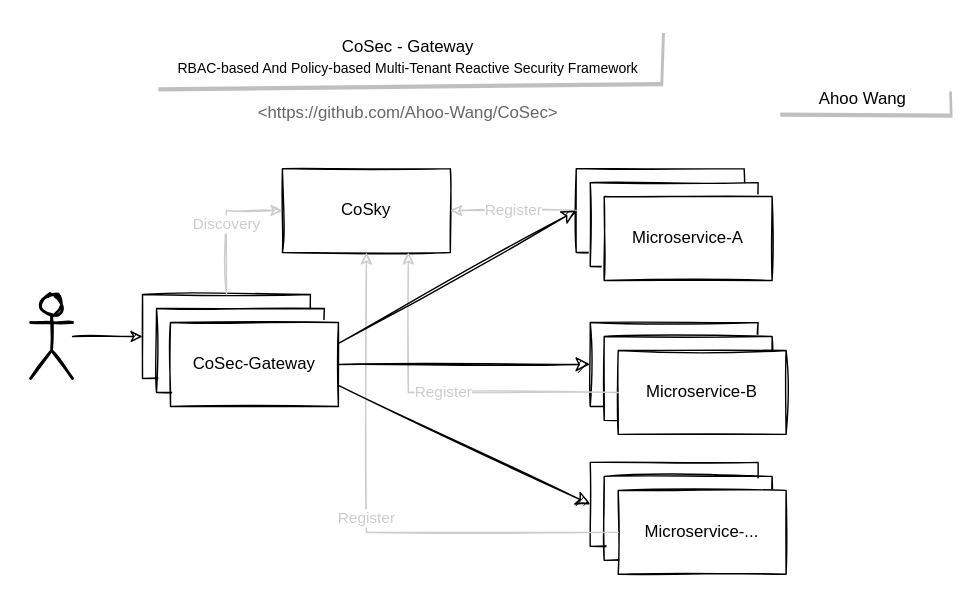
This is document/design/assets/Gateway.svg from Ahoo-Wang/CoSec, a draw.io export, as it was before one commit. Source tidied: cells renumbered, new cells last; positions are measured from the earlier drawing's top-left corner, leaving out a move shared by most shapes. Its diagram source:
```xml
<mxGraphModel>
  <root>
    <mxCell id="0" />
    <mxCell id="1" parent="0" />
    <mxCell id="2" value="CoSec -&amp;nbsp;Gateway&lt;br&gt;&lt;span style=&quot;font-size: 10px;&quot;&gt;RBAC-based And Policy-based Multi-Tenant Reactive Security Framework&lt;/span&gt;" style="rounded=0;whiteSpace=wrap;html=1;strokeColor=none;shadow=1;sketch=1;" parent="1" vertex="1">
      <mxGeometry x="90" width="360" height="40" as="geometry" />
    </mxCell>
    <mxCell id="3" value="Ahoo Wang" style="rounded=0;whiteSpace=wrap;html=1;strokeColor=none;shadow=1;sketch=1;" parent="1" vertex="1">
      <mxGeometry x="535" y="40" width="120" height="20" as="geometry" />
    </mxCell>
    <mxCell id="4" value="&amp;lt;https://github.com/Ahoo-Wang/CoSec&amp;gt;" style="text;html=1;strokeColor=none;fillColor=none;align=center;verticalAlign=middle;whiteSpace=wrap;rounded=0;sketch=1;fontSize=12;textOpacity=60;rotation=0;opacity=50;direction=west;labelBackgroundColor=none;shadow=0;" parent="1" vertex="1">
      <mxGeometry x="115" y="50" width="310" height="20" as="geometry" />
    </mxCell>
    <mxCell id="5" style="edgeStyle=orthogonalEdgeStyle;rounded=0;jettySize=auto;html=1;entryX=0;entryY=0.5;entryDx=0;entryDy=0;sketch=1;" parent="1" edge="1" source="6" target="8">
      <mxGeometry relative="1" as="geometry" />
    </mxCell>
    <mxCell id="6" style="shape=umlActor;verticalLabelPosition=bottom;verticalAlign=top;html=1;outlineConnect=0;fontSize=12;strokeWidth=2;sketch=1;" parent="1" vertex="1">
      <mxGeometry y="190" width="30" height="60" as="geometry" />
    </mxCell>
    <mxCell id="7" style="group;sketch=1;" parent="1" vertex="1">
      <mxGeometry x="80" y="190" width="140" height="80" as="geometry" />
    </mxCell>
    <mxCell id="8" style="rounded=0;whiteSpace=wrap;html=1;sketch=1;" parent="7" vertex="1">
      <mxGeometry width="120" height="60" as="geometry" />
    </mxCell>
    <mxCell id="9" style="rounded=0;whiteSpace=wrap;html=1;sketch=1;" parent="7" vertex="1">
      <mxGeometry x="10" y="10" width="120" height="60" as="geometry" />
    </mxCell>
    <mxCell id="10" value="CoSec-Gateway" style="rounded=0;whiteSpace=wrap;html=1;sketch=1;" parent="7" vertex="1">
      <mxGeometry x="20" y="20" width="120" height="60" as="geometry" />
    </mxCell>
    <mxCell id="11" value="CoSky" style="rounded=0;whiteSpace=wrap;html=1;sketch=1;" parent="1" vertex="1">
      <mxGeometry x="180" y="100" width="120" height="60" as="geometry" />
    </mxCell>
    <mxCell id="12" value="Discovery" style="edgeStyle=orthogonalEdgeStyle;rounded=0;jettySize=auto;html=1;entryX=0;entryY=0.5;entryDx=0;entryDy=0;exitX=0.5;exitY=0;exitDx=0;exitDy=0;strokeColor=#CCCCCC;fontColor=#CCCCCC;sketch=1;" parent="1" edge="1" source="8" target="11">
      <mxGeometry relative="1" as="geometry" />
    </mxCell>
    <mxCell id="13" style="group;sketch=1;" parent="1" vertex="1">
      <mxGeometry x="390" y="100" width="140" height="80" as="geometry" />
    </mxCell>
    <mxCell id="14" style="rounded=0;whiteSpace=wrap;html=1;sketch=1;" parent="13" vertex="1">
      <mxGeometry width="120" height="60" as="geometry" />
    </mxCell>
    <mxCell id="15" style="rounded=0;whiteSpace=wrap;html=1;sketch=1;" parent="13" vertex="1">
      <mxGeometry x="10" y="10" width="120" height="60" as="geometry" />
    </mxCell>
    <mxCell id="16" value="Microservice-A" style="rounded=0;whiteSpace=wrap;html=1;sketch=1;" parent="13" vertex="1">
      <mxGeometry x="20" y="20" width="120" height="60" as="geometry" />
    </mxCell>
    <mxCell id="17" value="Register" style="edgeStyle=orthogonalEdgeStyle;rounded=0;jettySize=auto;html=1;entryX=1;entryY=0.5;entryDx=0;entryDy=0;exitX=0;exitY=0.5;exitDx=0;exitDy=0;strokeColor=#CCCCCC;fontColor=#CCCCCC;sketch=1;" parent="1" edge="1" source="14" target="11">
      <mxGeometry relative="1" as="geometry" />
    </mxCell>
    <mxCell id="18" style="group;sketch=1;" parent="1" vertex="1">
      <mxGeometry x="400" y="210" width="140" height="80" as="geometry" />
    </mxCell>
    <mxCell id="19" style="rounded=0;whiteSpace=wrap;html=1;sketch=1;" parent="18" vertex="1">
      <mxGeometry width="120" height="60" as="geometry" />
    </mxCell>
    <mxCell id="20" style="rounded=0;whiteSpace=wrap;html=1;sketch=1;" parent="18" vertex="1">
      <mxGeometry x="10" y="10" width="120" height="60" as="geometry" />
    </mxCell>
    <mxCell id="21" value="Microservice-B" style="rounded=0;whiteSpace=wrap;html=1;sketch=1;" parent="18" vertex="1">
      <mxGeometry x="20" y="20" width="120" height="60" as="geometry" />
    </mxCell>
    <mxCell id="22" style="group;sketch=1;" parent="1" vertex="1">
      <mxGeometry x="400" y="310" width="140" height="80" as="geometry" />
    </mxCell>
    <mxCell id="23" style="rounded=0;whiteSpace=wrap;html=1;sketch=1;" parent="22" vertex="1">
      <mxGeometry width="120" height="60" as="geometry" />
    </mxCell>
    <mxCell id="24" style="rounded=0;whiteSpace=wrap;html=1;sketch=1;" parent="22" vertex="1">
      <mxGeometry x="10" y="10" width="120" height="60" as="geometry" />
    </mxCell>
    <mxCell id="25" value="Microservice-..." style="rounded=0;whiteSpace=wrap;html=1;sketch=1;" parent="22" vertex="1">
      <mxGeometry x="20" y="20" width="120" height="60" as="geometry" />
    </mxCell>
    <mxCell id="26" value="Register" style="edgeStyle=orthogonalEdgeStyle;rounded=0;jettySize=auto;html=1;entryX=0.75;entryY=1;entryDx=0;entryDy=0;strokeColor=#CCCCCC;fontColor=#CCCCCC;sketch=1;" parent="1" edge="1" source="21" target="11">
      <mxGeometry relative="1" as="geometry" />
    </mxCell>
    <mxCell id="27" value="Register" style="edgeStyle=orthogonalEdgeStyle;rounded=0;jettySize=auto;html=1;entryX=0.5;entryY=1;entryDx=0;entryDy=0;strokeColor=#CCCCCC;fontColor=#CCCCCC;sketch=1;" parent="1" edge="1" source="25" target="11">
      <mxGeometry relative="1" as="geometry" />
    </mxCell>
    <mxCell id="28" style="rounded=0;jettySize=auto;html=1;exitX=1;exitY=0.25;exitDx=0;exitDy=0;entryX=0;entryY=0.5;entryDx=0;entryDy=0;targetPerimeterSpacing=0;sourcePerimeterSpacing=0;endSize=8;jumpSize=6;sketch=1;fontColor=#666666;" parent="1" edge="1" source="10" target="14">
      <mxGeometry relative="1" as="geometry" />
    </mxCell>
    <mxCell id="29" style="edgeStyle=none;rounded=0;jettySize=auto;html=1;entryX=0;entryY=0.5;entryDx=0;entryDy=0;exitX=1;exitY=0.5;exitDx=0;exitDy=0;startSize=6;endSize=8;fontColor=#666666;sketch=1;" parent="1" edge="1" source="10" target="19">
      <mxGeometry relative="1" as="geometry" />
    </mxCell>
    <mxCell id="30" style="edgeStyle=none;rounded=0;jettySize=auto;html=1;exitX=1;exitY=0.75;exitDx=0;exitDy=0;entryX=0;entryY=0.5;entryDx=0;entryDy=0;endSize=8;fontColor=#666666;sketch=1;" parent="1" edge="1" source="10" target="23">
      <mxGeometry relative="1" as="geometry" />
    </mxCell>
  </root>
</mxGraphModel>
```
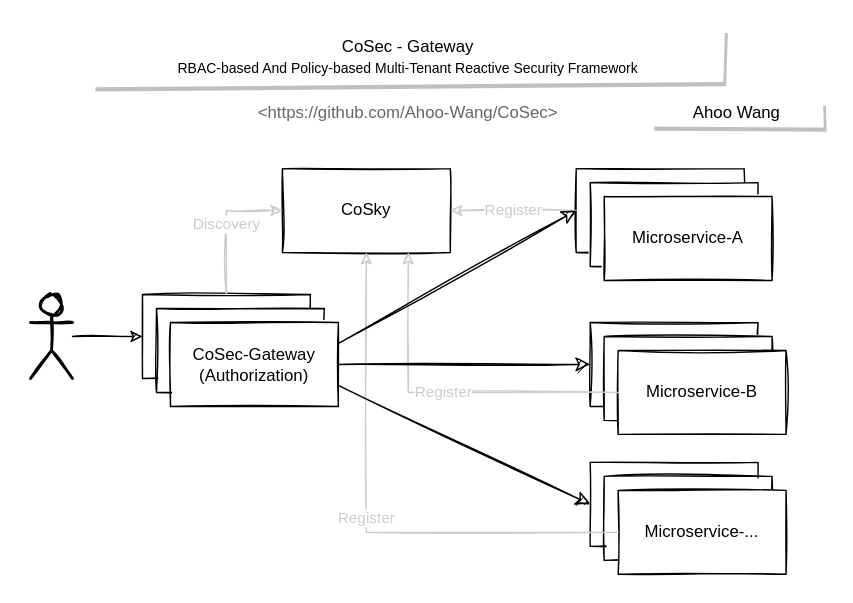
The same file after the commit.

Change to the diagram source:
```diff
@@ -3,10 +3,10 @@
     <mxCell id="0" />
     <mxCell id="1" parent="0" />
     <mxCell id="2" value="CoSec -&amp;nbsp;Gateway&lt;br&gt;&lt;span style=&quot;font-size: 10px;&quot;&gt;RBAC-based And Policy-based Multi-Tenant Reactive Security Framework&lt;/span&gt;" style="rounded=0;whiteSpace=wrap;html=1;strokeColor=none;shadow=1;sketch=1;" parent="1" vertex="1">
-      <mxGeometry x="90" width="360" height="40" as="geometry" />
+      <mxGeometry x="45" width="450" height="40" as="geometry" />
     </mxCell>
     <mxCell id="3" value="Ahoo Wang" style="rounded=0;whiteSpace=wrap;html=1;strokeColor=none;shadow=1;sketch=1;" parent="1" vertex="1">
-      <mxGeometry x="535" y="40" width="120" height="20" as="geometry" />
+      <mxGeometry x="445" y="50" width="120" height="20" as="geometry" />
     </mxCell>
     <mxCell id="4" value="&amp;lt;https://github.com/Ahoo-Wang/CoSec&amp;gt;" style="text;html=1;strokeColor=none;fillColor=none;align=center;verticalAlign=middle;whiteSpace=wrap;rounded=0;sketch=1;fontSize=12;textOpacity=60;rotation=0;opacity=50;direction=west;labelBackgroundColor=none;shadow=0;" parent="1" vertex="1">
       <mxGeometry x="115" y="50" width="310" height="20" as="geometry" />
@@ -26,7 +26,7 @@
     <mxCell id="9" style="rounded=0;whiteSpace=wrap;html=1;sketch=1;" parent="7" vertex="1">
       <mxGeometry x="10" y="10" width="120" height="60" as="geometry" />
     </mxCell>
-    <mxCell id="10" value="CoSec-Gateway" style="rounded=0;whiteSpace=wrap;html=1;sketch=1;" parent="7" vertex="1">
+    <mxCell id="10" value="CoSec-Gateway&lt;br&gt;(Authorization)" style="rounded=0;whiteSpace=wrap;html=1;sketch=1;" parent="7" vertex="1">
       <mxGeometry x="20" y="20" width="120" height="60" as="geometry" />
     </mxCell>
     <mxCell id="11" value="CoSky" style="rounded=0;whiteSpace=wrap;html=1;sketch=1;" parent="1" vertex="1">
```
